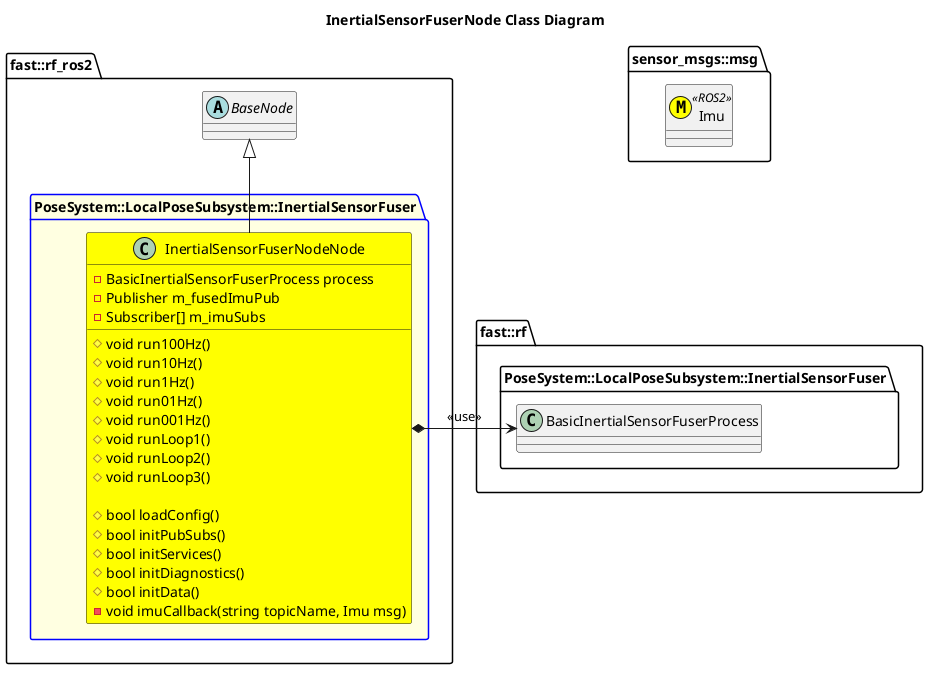
Above: Systems/Pose/Subsystems/LocalPose/Nodes/InertialSensorFuserNode/doc/puml/InertialSensorFuserNodeClassDiagram.png in fastrobotics/robot_framework_ros2 (PlantUML), before the change.
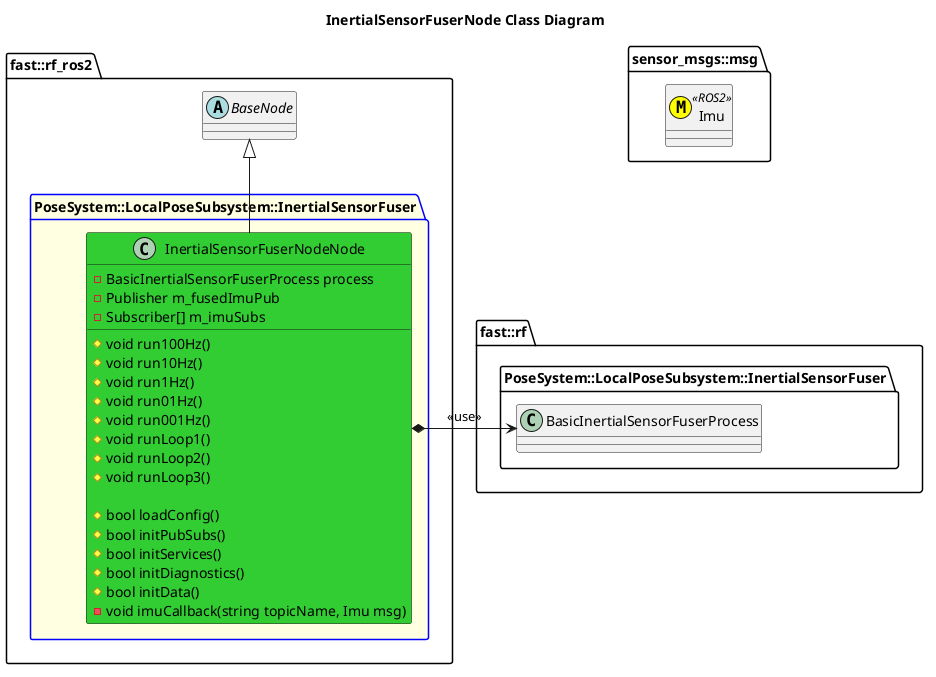
After the change.

Change to the diagram source:
```diff
@@ -14,7 +14,7 @@
 
     }
     package PoseSystem::LocalPoseSubsystem::InertialSensorFuser #LightYellow;line:blue {
-        class InertialSensorFuserNodeNode #Yellow {
+        class InertialSensorFuserNodeNode #LimeGreen {
             #void run100Hz()
             #void run10Hz()
             #void run1Hz()
```
